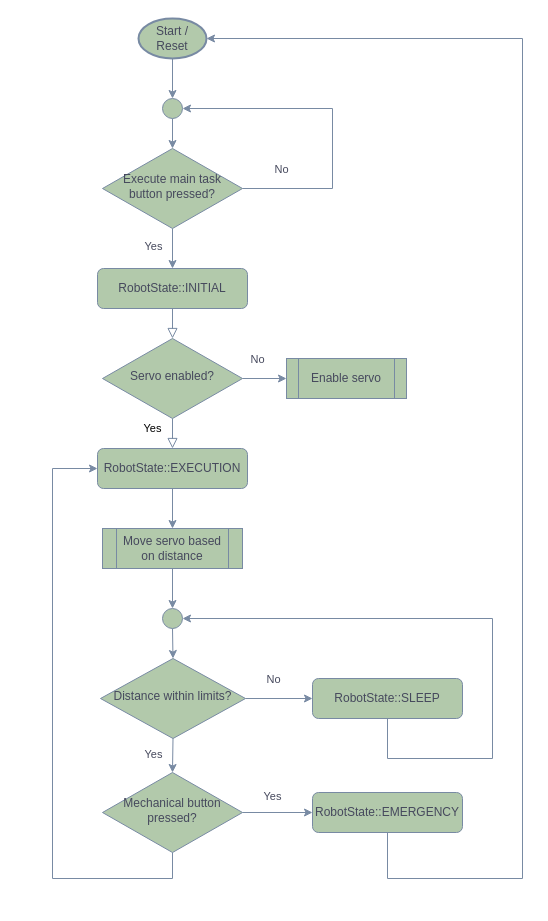
Above: docs/drawio/task2_diagram.drawio in pichim/PM2_PES_Board_Example (draw.io), before the change. Source tidied: cells renumbered, new cells numbered last; positions are measured from the earlier drawing's top-left corner, leaving out a move shared by most shapes. Both pictures are drawn from the tidied source at 100%, with x=0, y=0 at pixel (52, 18).
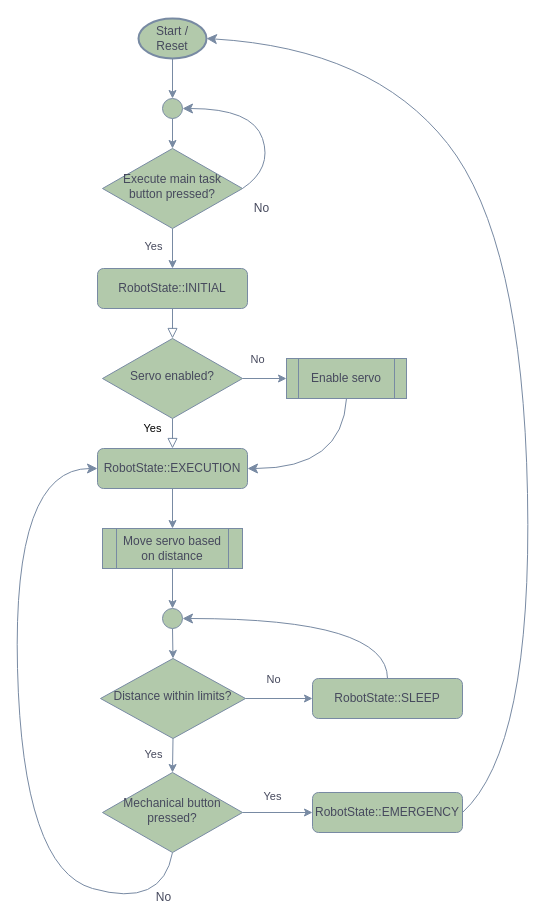
Above is the later version.

The change refers to these unchanged cells:
```xml
<mxCell id="11" value="Mechanical button pressed?" style="rhombus;whiteSpace=wrap;html=1;shadow=0;fontFamily=Helvetica;fontSize=12;align=center;strokeWidth=1;spacing=6;spacingTop=-4;labelBackgroundColor=none;fillColor=#B2C9AB;strokeColor=#788AA3;fontColor=#46495D;" parent="1" vertex="1">
  <mxGeometry x="50" y="754" width="140" height="80" as="geometry" />
</mxCell>
<mxCell id="12" value="RobotState::EMERGENCY" style="rounded=1;whiteSpace=wrap;html=1;fontSize=12;glass=0;strokeWidth=1;shadow=0;labelBackgroundColor=none;fillColor=#B2C9AB;strokeColor=#788AA3;fontColor=#46495D;" parent="1" vertex="1">
  <mxGeometry x="260" y="774" width="150" height="40" as="geometry" />
</mxCell>
<mxCell id="14" value="RobotState::EXECUTION" style="rounded=1;whiteSpace=wrap;html=1;fontSize=12;glass=0;strokeWidth=1;shadow=0;labelBackgroundColor=none;fillColor=#B2C9AB;strokeColor=#788AA3;fontColor=#46495D;" parent="1" vertex="1">
  <mxGeometry x="45" y="430" width="150" height="40" as="geometry" />
</mxCell>
<mxCell id="21" value="RobotState::SLEEP" style="rounded=1;whiteSpace=wrap;html=1;fontSize=12;glass=0;strokeWidth=1;shadow=0;labelBackgroundColor=none;fillColor=#B2C9AB;strokeColor=#788AA3;fontColor=#46495D;" parent="1" vertex="1">
  <mxGeometry x="260" y="660" width="150" height="40" as="geometry" />
</mxCell>
<mxCell id="22" value="Enable servo" style="shape=process;whiteSpace=wrap;html=1;backgroundOutline=1;labelBackgroundColor=none;fillColor=#B2C9AB;strokeColor=#788AA3;fontColor=#46495D;" parent="1" vertex="1">
  <mxGeometry x="234" y="340" width="120" height="40" as="geometry" />
</mxCell>
<mxCell id="26" style="ellipse;whiteSpace=wrap;html=1;labelBackgroundColor=none;fillColor=#B2C9AB;strokeColor=#788AA3;fontColor=#46495D;" parent="1" vertex="1">
  <mxGeometry x="110" y="590" width="20" height="20" as="geometry" />
</mxCell>
<mxCell id="28" value="Start / Reset" style="strokeWidth=2;html=1;shape=mxgraph.flowchart.start_1;whiteSpace=wrap;labelBackgroundColor=none;fillColor=#B2C9AB;strokeColor=#788AA3;fontColor=#46495D;" parent="1" vertex="1">
  <mxGeometry x="86" width="68" height="40" as="geometry" />
</mxCell>
<mxCell id="33" value="Execute main task button pressed?" style="rhombus;whiteSpace=wrap;html=1;shadow=0;fontFamily=Helvetica;fontSize=12;align=center;strokeWidth=1;spacing=6;spacingTop=-4;labelBackgroundColor=none;fillColor=#B2C9AB;strokeColor=#788AA3;fontColor=#46495D;" parent="1" vertex="1">
  <mxGeometry x="50" y="130" width="140" height="80" as="geometry" />
</mxCell>
<mxCell id="35" style="ellipse;whiteSpace=wrap;html=1;labelBackgroundColor=none;fillColor=#B2C9AB;strokeColor=#788AA3;fontColor=#46495D;" parent="1" vertex="1">
  <mxGeometry x="110" y="80" width="20" height="20" as="geometry" />
</mxCell>
```

Diff of the diagram source:
```diff
@@
-    <mxCell id="10" style="edgeStyle=orthogonalEdgeStyle;rounded=0;jettySize=auto;html=1;exitX=0.5;exitY=1;exitDx=0;exitDy=0;entryX=0;entryY=0.5;entryDx=0;entryDy=0;labelBackgroundColor=none;strokeColor=#788AA3;fontColor=default;" parent="1" edge="1" source="11" target="14">
+    <mxCell id="10" style="edgeStyle=none;curved=1;rounded=0;jettySize=auto;html=1;exitX=0.5;exitY=1;exitDx=0;exitDy=0;strokeColor=#788AA3;fontSize=12;fontColor=default;startSize=8;endSize=8;fillColor=#B2C9AB;entryX=0;entryY=0.5;entryDx=0;entryDy=0;labelBackgroundColor=none;" parent="1" edge="1" source="11" target="14">
       <mxGeometry relative="1" as="geometry">
         <Array as="points">
-          <mxPoint x="120" y="860" />
-          <mxPoint y="860" />
-          <mxPoint y="450" />
+          <mxPoint x="110" y="890" />
+          <mxPoint x="-30" y="850" />
+          <mxPoint x="-40" y="450" />
         </Array>
       </mxGeometry>
     </mxCell>
+    <mxCell id="37" value="No" style="edgeLabel;html=1;align=center;verticalAlign=middle;fontSize=12;strokeColor=#788AA3;fontColor=#46495D;fillColor=#B2C9AB;labelBackgroundColor=none;" parent="10" vertex="1">
+      <mxGeometry x="-0.23" y="-18" relative="1" as="geometry">
+        <mxPoint x="124" y="91" as="offset" />
+      </mxGeometry>
+    </mxCell>
@@
-    <mxCell id="20" style="edgeStyle=orthogonalEdgeStyle;rounded=0;jettySize=auto;html=1;exitX=0.5;exitY=1;exitDx=0;exitDy=0;entryX=1;entryY=0.5;entryDx=0;entryDy=0;labelBackgroundColor=none;strokeColor=#788AA3;fontColor=default;" parent="1" edge="1" source="21" target="26">
+    <mxCell id="20" style="edgeStyle=none;curved=1;rounded=0;jettySize=auto;html=1;exitX=0.5;exitY=0;exitDx=0;exitDy=0;entryX=1;entryY=0.5;entryDx=0;entryDy=0;strokeColor=#788AA3;fontSize=12;fontColor=default;startSize=8;endSize=8;fillColor=#B2C9AB;labelBackgroundColor=none;" parent="1" edge="1" source="21" target="26">
       <mxGeometry relative="1" as="geometry">
         <Array as="points">
-          <mxPoint x="335" y="740" />
-          <mxPoint x="440" y="740" />
-          <mxPoint x="440" y="600" />
+          <mxPoint x="335" y="600" />
         </Array>
       </mxGeometry>
     </mxCell>
@@
+    <mxCell id="38" style="edgeStyle=none;curved=1;rounded=0;jettySize=auto;html=1;exitX=0.5;exitY=1;exitDx=0;exitDy=0;entryX=1;entryY=0.5;entryDx=0;entryDy=0;strokeColor=#788AA3;fontSize=12;fontColor=default;startSize=8;endSize=8;fillColor=#B2C9AB;labelBackgroundColor=none;" parent="1" edge="1" source="22" target="14">
+      <mxGeometry relative="1" as="geometry">
+        <Array as="points">
+          <mxPoint x="290" y="450" />
+        </Array>
+      </mxGeometry>
+    </mxCell>
@@
-    <mxCell id="31" style="edgeStyle=orthogonalEdgeStyle;rounded=0;jettySize=auto;html=1;exitX=1;exitY=0.5;exitDx=0;exitDy=0;entryX=1;entryY=0.5;entryDx=0;entryDy=0;labelBackgroundColor=none;strokeColor=#788AA3;fontColor=default;" parent="1" edge="1" source="33" target="35">
+    <mxCell id="31" style="edgeStyle=none;curved=1;rounded=0;jettySize=auto;html=1;exitX=1;exitY=0.5;exitDx=0;exitDy=0;entryX=1;entryY=0.5;entryDx=0;entryDy=0;strokeColor=#788AA3;fontSize=12;fontColor=default;startSize=8;endSize=8;fillColor=#B2C9AB;labelBackgroundColor=none;" parent="1" edge="1" source="33" target="35">
       <mxGeometry relative="1" as="geometry">
         <Array as="points">
-          <mxPoint x="280" y="170" />
-          <mxPoint x="280" y="90" />
+          <mxPoint x="220" y="150" />
+          <mxPoint x="200" y="90" />
         </Array>
       </mxGeometry>
     </mxCell>
-    <mxCell id="32" value="No" style="edgeLabel;html=1;align=center;verticalAlign=middle;labelBackgroundColor=none;fontColor=#46495D;" parent="31" vertex="1">
-      <mxGeometry x="-0.72" y="2" relative="1" as="geometry">
-        <mxPoint x="-7" y="-18" as="offset" />
-      </mxGeometry>
-    </mxCell>
+    <mxCell id="39" value="No" style="edgeLabel;html=1;align=center;verticalAlign=middle;fontSize=12;strokeColor=#788AA3;fontColor=#46495D;fillColor=#B2C9AB;labelBackgroundColor=none;" parent="31" vertex="1">
+      <mxGeometry x="-0.67" y="8" relative="1" as="geometry">
+        <mxPoint y="42" as="offset" />
+      </mxGeometry>
+    </mxCell>
@@
-    <mxCell id="36" style="edgeStyle=orthogonalEdgeStyle;rounded=0;jettySize=auto;html=1;exitX=0.5;exitY=1;exitDx=0;exitDy=0;entryX=1;entryY=0.5;entryDx=0;entryDy=0;entryPerimeter=0;labelBackgroundColor=none;strokeColor=#788AA3;fontColor=default;" parent="1" edge="1" source="12" target="28">
+    <mxCell id="36" style="edgeStyle=none;curved=1;rounded=0;jettySize=auto;html=1;exitX=1;exitY=0.5;exitDx=0;exitDy=0;entryX=1;entryY=0.5;entryDx=0;entryDy=0;entryPerimeter=0;strokeColor=#788AA3;fontSize=12;fontColor=default;startSize=8;endSize=8;fillColor=#B2C9AB;labelBackgroundColor=none;" parent="1" edge="1" source="12" target="28">
       <mxGeometry relative="1" as="geometry">
         <Array as="points">
-          <mxPoint x="335" y="860" />
-          <mxPoint x="470" y="860" />
-          <mxPoint x="470" y="20" />
+          <mxPoint x="480" y="730" />
+          <mxPoint x="470" y="220" />
+          <mxPoint x="320" y="30" />
         </Array>
       </mxGeometry>
     </mxCell>
```
